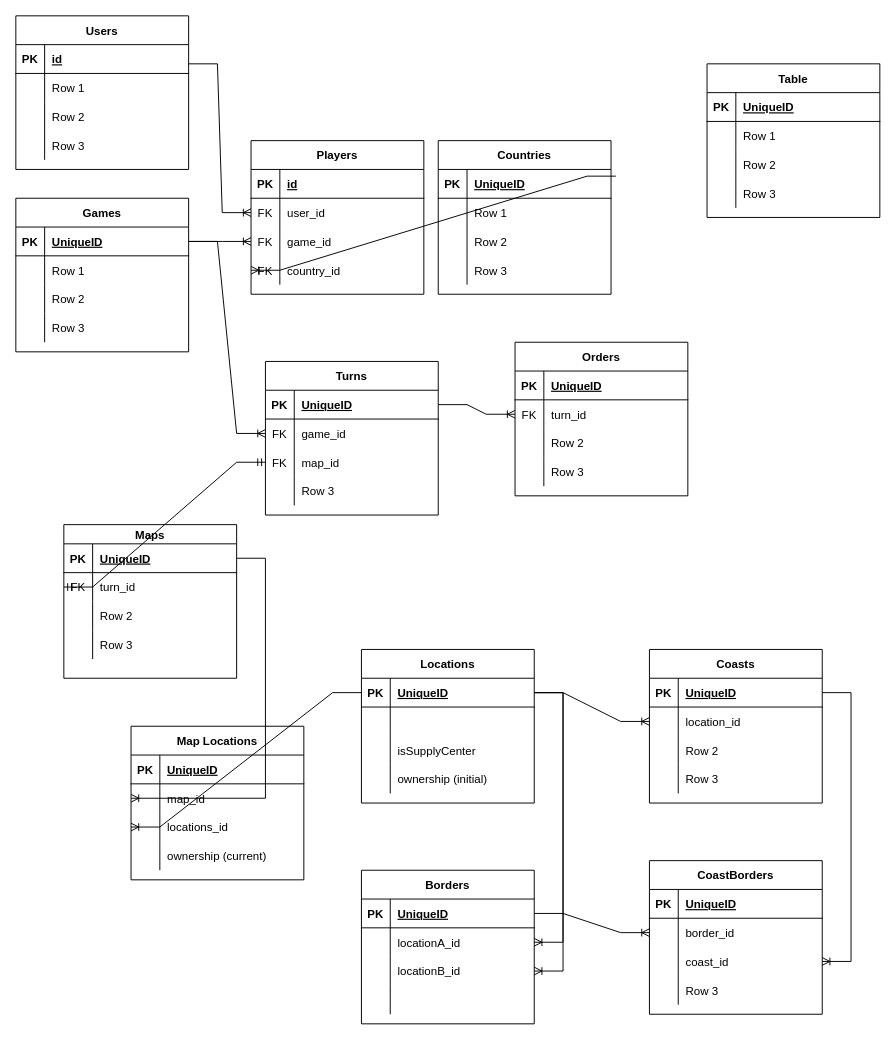
Above: db/diploERD.drawio in kermitjosephlee/diplo (draw.io), before the change. Source tidied: cells renumbered, new cells numbered last; positions are measured from the earlier drawing's top-left corner, leaving out a move shared by most shapes. Both pictures are drawn from the tidied source at 96%, with x=0, y=0 at pixel (15, 15).
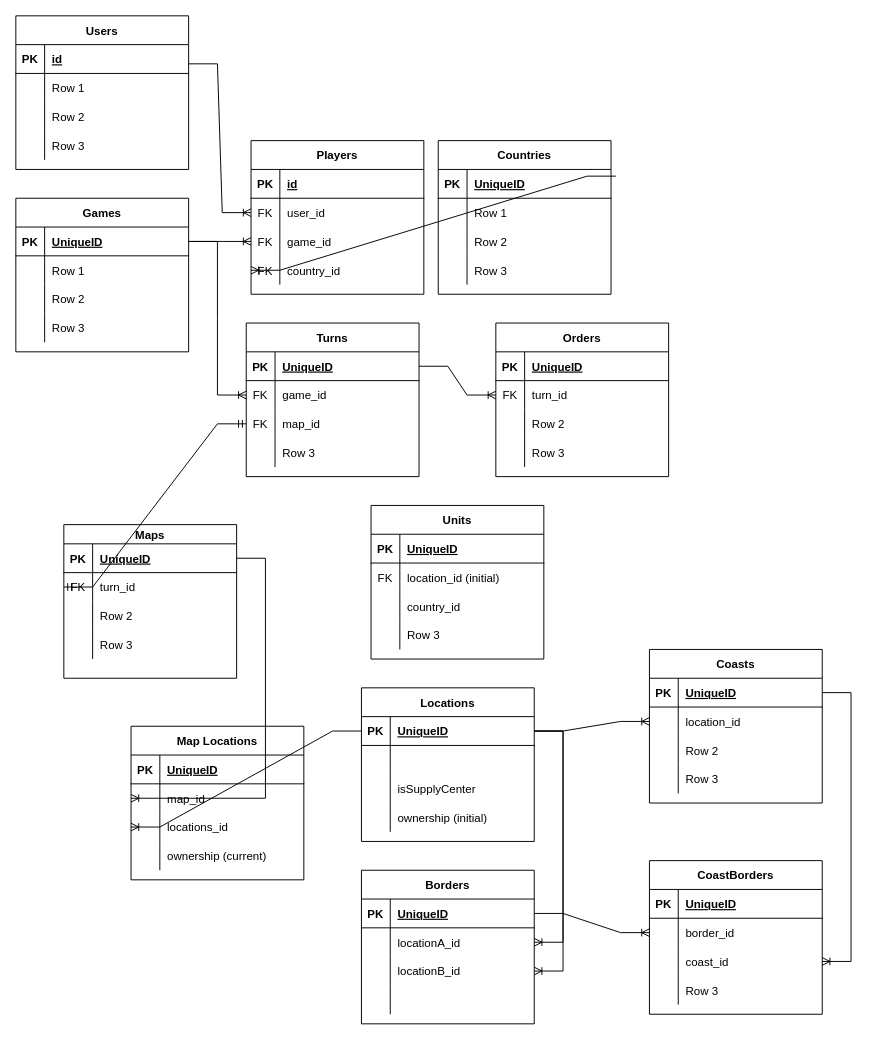
After the change.

Change to the diagram source:
```diff
@@
     <mxCell id="15" value="Turns" style="shape=table;startSize=30;childLayout=tableLayout;rowLines=0;fontStyle=1;align=center;" parent="1" vertex="1">
-      <mxGeometry x="260" y="360" width="180" height="160" as="geometry" />
+      <mxGeometry x="240" y="320" width="180" height="160" as="geometry" />
     </mxCell>
@@
     <mxCell id="41" value="Orders" style="shape=table;startSize=30;childLayout=tableLayout;rowLines=0;fontStyle=1;align=center;" parent="1" vertex="1">
-      <mxGeometry x="520" y="340" width="180" height="160" as="geometry" />
+      <mxGeometry x="500" y="320" width="180" height="160" as="geometry" />
     </mxCell>
@@
-    <mxCell id="93" value="Table" style="shape=table;startSize=30;childLayout=tableLayout;rowLines=0;fontStyle=1;align=center;" parent="1" vertex="1">
-      <mxGeometry x="720" y="50" width="180" height="160" as="geometry" />
-    </mxCell>
-    <mxCell id="94" style="shape=tableRow;horizontal=0;startSize=0;swimlaneHead=0;swimlaneBody=0;fillColor=none;top=0;left=0;right=0;bottom=1;" parent="93" vertex="1">
-      <mxGeometry y="30" width="180" height="30" as="geometry" />
-    </mxCell>
-    <mxCell id="95" value="PK" style="shape=partialRectangle;fillColor=none;top=0;left=0;bottom=0;right=0;fontStyle=1;overflow=hidden;" parent="94" vertex="1">
-      <mxGeometry width="30" height="30" as="geometry" />
-    </mxCell>
-    <mxCell id="96" value="UniqueID" style="shape=partialRectangle;fillColor=none;top=0;left=0;bottom=0;right=0;align=left;spacingLeft=6;fontStyle=5;overflow=hidden;" parent="94" vertex="1">
-      <mxGeometry x="30" width="150" height="30" as="geometry" />
-    </mxCell>
-    <mxCell id="97" style="shape=tableRow;horizontal=0;startSize=0;swimlaneHead=0;swimlaneBody=0;fillColor=none;top=0;left=0;right=0;bottom=0;" parent="93" vertex="1">
-      <mxGeometry y="60" width="180" height="30" as="geometry" />
-    </mxCell>
-    <mxCell id="98" style="shape=partialRectangle;fillColor=none;top=0;left=0;bottom=0;right=0;overflow=hidden;" parent="97" vertex="1">
-      <mxGeometry width="30" height="30" as="geometry" />
-    </mxCell>
-    <mxCell id="99" value="Row 1" style="shape=partialRectangle;fillColor=none;top=0;left=0;bottom=0;right=0;align=left;spacingLeft=6;overflow=hidden;" parent="97" vertex="1">
-      <mxGeometry x="30" width="150" height="30" as="geometry" />
-    </mxCell>
-    <mxCell id="100" style="shape=tableRow;horizontal=0;startSize=0;swimlaneHead=0;swimlaneBody=0;fillColor=none;top=0;left=0;right=0;bottom=0;" parent="93" vertex="1">
-      <mxGeometry y="90" width="180" height="30" as="geometry" />
-    </mxCell>
-    <mxCell id="101" style="shape=partialRectangle;fillColor=none;top=0;left=0;bottom=0;right=0;overflow=hidden;" parent="100" vertex="1">
-      <mxGeometry width="30" height="30" as="geometry" />
-    </mxCell>
-    <mxCell id="102" value="Row 2" style="shape=partialRectangle;fillColor=none;top=0;left=0;bottom=0;right=0;align=left;spacingLeft=6;overflow=hidden;" parent="100" vertex="1">
-      <mxGeometry x="30" width="150" height="30" as="geometry" />
-    </mxCell>
-    <mxCell id="103" style="shape=tableRow;horizontal=0;startSize=0;swimlaneHead=0;swimlaneBody=0;fillColor=none;top=0;left=0;right=0;bottom=0;" parent="93" vertex="1">
-      <mxGeometry y="120" width="180" height="30" as="geometry" />
-    </mxCell>
-    <mxCell id="104" style="shape=partialRectangle;fillColor=none;top=0;left=0;bottom=0;right=0;overflow=hidden;" parent="103" vertex="1">
-      <mxGeometry width="30" height="30" as="geometry" />
-    </mxCell>
-    <mxCell id="105" value="Row 3" style="shape=partialRectangle;fillColor=none;top=0;left=0;bottom=0;right=0;align=left;spacingLeft=6;overflow=hidden;" parent="103" vertex="1">
-      <mxGeometry x="30" width="150" height="30" as="geometry" />
-    </mxCell>
@@
     <mxCell id="151" value="Locations" style="shape=table;startSize=30;childLayout=tableLayout;rowLines=0;fontStyle=1;align=center;" parent="1" vertex="1">
-      <mxGeometry x="360" y="660" width="180" height="160" as="geometry" />
+      <mxGeometry x="360" y="700" width="180" height="160" as="geometry" />
     </mxCell>
@@
+    <mxCell id="184" value="Units" style="shape=table;startSize=30;childLayout=tableLayout;rowLines=0;fontStyle=1;align=center;" parent="1" vertex="1">
+      <mxGeometry x="370" y="510" width="180" height="160" as="geometry" />
+    </mxCell>
+    <mxCell id="94" style="shape=tableRow;horizontal=0;startSize=0;swimlaneHead=0;swimlaneBody=0;fillColor=none;top=0;left=0;right=0;bottom=1;" parent="184" vertex="1">
+      <mxGeometry y="30" width="180" height="30" as="geometry" />
+    </mxCell>
+    <mxCell id="95" value="PK" style="shape=partialRectangle;fillColor=none;top=0;left=0;bottom=0;right=0;fontStyle=1;overflow=hidden;" parent="94" vertex="1">
+      <mxGeometry width="30" height="30" as="geometry" />
+    </mxCell>
+    <mxCell id="96" value="UniqueID" style="shape=partialRectangle;fillColor=none;top=0;left=0;bottom=0;right=0;align=left;spacingLeft=6;fontStyle=5;overflow=hidden;" parent="94" vertex="1">
+      <mxGeometry x="30" width="150" height="30" as="geometry" />
+    </mxCell>
+    <mxCell id="97" style="shape=tableRow;horizontal=0;startSize=0;swimlaneHead=0;swimlaneBody=0;fillColor=none;top=0;left=0;right=0;bottom=0;" parent="184" vertex="1">
+      <mxGeometry y="60" width="180" height="30" as="geometry" />
+    </mxCell>
+    <mxCell id="185" value="FK" style="shape=partialRectangle;fillColor=none;top=0;left=0;bottom=0;right=0;overflow=hidden;" parent="97" vertex="1">
+      <mxGeometry width="30" height="30" as="geometry" />
+    </mxCell>
+    <mxCell id="186" value="location_id (initial)" style="shape=partialRectangle;fillColor=none;top=0;left=0;bottom=0;right=0;align=left;spacingLeft=6;overflow=hidden;" parent="97" vertex="1">
+      <mxGeometry x="30" width="150" height="30" as="geometry" />
+    </mxCell>
+    <mxCell id="100" style="shape=tableRow;horizontal=0;startSize=0;swimlaneHead=0;swimlaneBody=0;fillColor=none;top=0;left=0;right=0;bottom=0;" parent="184" vertex="1">
+      <mxGeometry y="90" width="180" height="30" as="geometry" />
+    </mxCell>
+    <mxCell id="187" style="shape=partialRectangle;fillColor=none;top=0;left=0;bottom=0;right=0;overflow=hidden;" parent="100" vertex="1">
+      <mxGeometry width="30" height="30" as="geometry" />
+    </mxCell>
+    <mxCell id="188" value="country_id" style="shape=partialRectangle;fillColor=none;top=0;left=0;bottom=0;right=0;align=left;spacingLeft=6;overflow=hidden;" parent="100" vertex="1">
+      <mxGeometry x="30" width="150" height="30" as="geometry" />
+    </mxCell>
+    <mxCell id="103" style="shape=tableRow;horizontal=0;startSize=0;swimlaneHead=0;swimlaneBody=0;fillColor=none;top=0;left=0;right=0;bottom=0;" parent="184" vertex="1">
+      <mxGeometry y="120" width="180" height="30" as="geometry" />
+    </mxCell>
+    <mxCell id="189" style="shape=partialRectangle;fillColor=none;top=0;left=0;bottom=0;right=0;overflow=hidden;" parent="103" vertex="1">
+      <mxGeometry width="30" height="30" as="geometry" />
+    </mxCell>
+    <mxCell id="105" value="Row 3" style="shape=partialRectangle;fillColor=none;top=0;left=0;bottom=0;right=0;align=left;spacingLeft=6;overflow=hidden;" parent="103" vertex="1">
+      <mxGeometry x="30" width="150" height="30" as="geometry" />
+    </mxCell>
```
